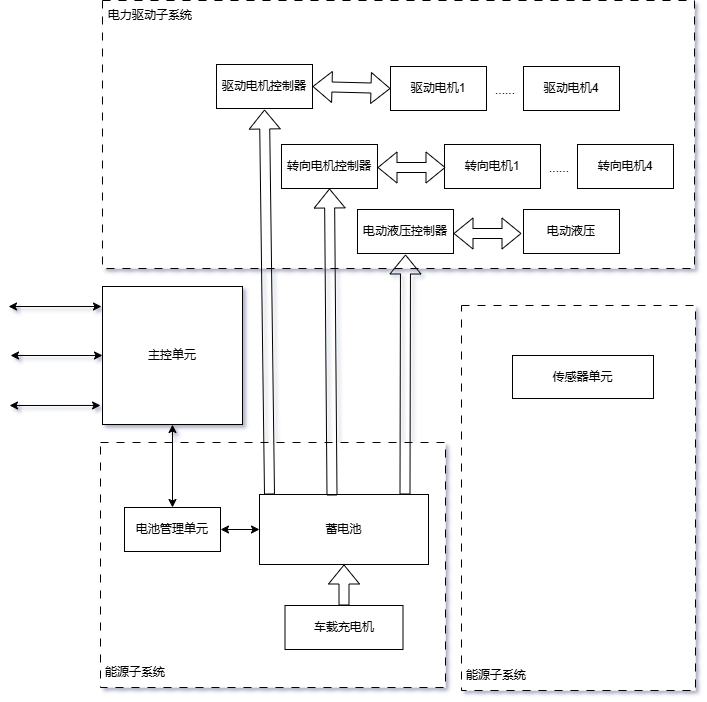
The draw.io diagram Car/整车控制原理.drawio.png in sirius-zyj/Images, before a commit. Source tidied: cells renumbered, new cells last; positions are measured from the earlier drawing's top-left corner, leaving out a move shared by most shapes.
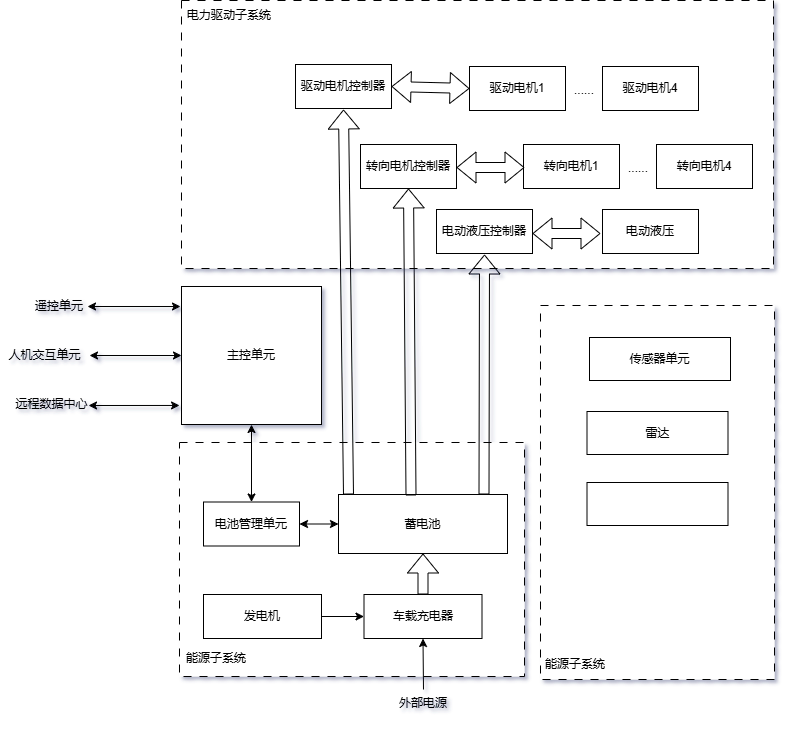
The same diagram one commit later.

Commit message:
更新整车控制原理.drawio.png

Diff of the diagram source:
```diff
@@ -45,16 +45,16 @@
       <mxGeometry x="94" y="286" width="140" height="138" as="geometry" />
     </mxCell>
     <mxCell id="15" style="rounded=0;whiteSpace=wrap;html=1;dashed=1;dashPattern=8 8;" parent="1" vertex="1">
-      <mxGeometry x="92" y="442" width="345" height="245" as="geometry" />
+      <mxGeometry x="92" y="442" width="345" height="234" as="geometry" />
     </mxCell>
     <mxCell id="16" value="电池管理单元" style="rounded=0;whiteSpace=wrap;html=1;" parent="1" vertex="1">
-      <mxGeometry x="116" y="507" width="96" height="44" as="geometry" />
+      <mxGeometry x="116" y="501.5" width="96" height="44" as="geometry" />
     </mxCell>
     <mxCell id="17" value="蓄电池" style="rounded=0;whiteSpace=wrap;html=1;" parent="1" vertex="1">
-      <mxGeometry x="251" y="494" width="169" height="70" as="geometry" />
+      <mxGeometry x="251" y="494" width="169" height="59" as="geometry" />
     </mxCell>
-    <mxCell id="18" value="车载充电机" style="rounded=0;whiteSpace=wrap;html=1;" parent="1" vertex="1">
-      <mxGeometry x="276.5" y="605" width="118" height="44" as="geometry" />
+    <mxCell id="18" value="车载充电器" style="rounded=0;whiteSpace=wrap;html=1;" parent="1" vertex="1">
+      <mxGeometry x="276.5" y="594" width="118" height="44" as="geometry" />
     </mxCell>
     <mxCell id="19" style="endArrow=classic;startArrow=classic;html=1;rounded=0;entryX=-0.007;entryY=0.145;entryDx=0;entryDy=0;entryPerimeter=0;" parent="1" edge="1" target="14">
       <mxGeometry relative="1" as="geometry">
@@ -92,16 +92,16 @@
       </mxGeometry>
     </mxCell>
     <mxCell id="27" style="rounded=0;whiteSpace=wrap;html=1;dashed=1;dashPattern=8 8;" parent="1" vertex="1">
-      <mxGeometry x="453" y="305" width="234" height="385" as="geometry" />
+      <mxGeometry x="453" y="305" width="234" height="374" as="geometry" />
     </mxCell>
     <mxCell id="28" value="能源子系统" style="text;html=1;align=center;verticalAlign=middle;whiteSpace=wrap;rounded=0;" parent="1" vertex="1">
-      <mxGeometry x="92" y="657" width="70" height="30" as="geometry" />
+      <mxGeometry x="94" y="643" width="70" height="30" as="geometry" />
     </mxCell>
     <mxCell id="29" value="能源子系统" style="text;html=1;align=center;verticalAlign=middle;whiteSpace=wrap;rounded=0;" parent="1" vertex="1">
-      <mxGeometry x="453" y="660" width="70" height="30" as="geometry" />
+      <mxGeometry x="453" y="649" width="70" height="30" as="geometry" />
     </mxCell>
     <mxCell id="30" value="传感器单元" style="rounded=0;whiteSpace=wrap;html=1;" parent="1" vertex="1">
-      <mxGeometry x="504" y="355" width="141" height="43" as="geometry" />
+      <mxGeometry x="502" y="337" width="141" height="43" as="geometry" />
     </mxCell>
     <mxCell id="31" value="电动液压控制器" style="rounded=0;whiteSpace=wrap;html=1;" parent="1" vertex="1">
       <mxGeometry x="349" y="209" width="96" height="44" as="geometry" />
@@ -121,5 +121,34 @@
         <mxPoint x="397" y="254" as="targetPoint" />
       </mxGeometry>
     </mxCell>
+    <mxCell id="35" style="edgeStyle=orthogonalEdgeStyle;rounded=0;jettySize=auto;html=1;exitX=1;exitY=0.5;exitDx=0;exitDy=0;entryX=0;entryY=0.5;entryDx=0;entryDy=0;" parent="1" edge="1" source="36" target="18">
+      <mxGeometry relative="1" as="geometry" />
+    </mxCell>
+    <mxCell id="36" value="发电机" style="rounded=0;whiteSpace=wrap;html=1;" parent="1" vertex="1">
+      <mxGeometry x="116" y="594" width="118" height="44" as="geometry" />
+    </mxCell>
+    <mxCell id="37" style="endArrow=classic;html=1;rounded=0;entryX=0.5;entryY=1;entryDx=0;entryDy=0;" parent="1" edge="1" target="18">
+      <mxGeometry relative="1" as="geometry">
+        <mxPoint x="336" y="689" as="sourcePoint" />
+      </mxGeometry>
+    </mxCell>
+    <mxCell id="38" value="外部电源" style="text;html=1;align=center;verticalAlign=middle;whiteSpace=wrap;rounded=0;" parent="1" vertex="1">
+      <mxGeometry x="300.5" y="688" width="70" height="30" as="geometry" />
+    </mxCell>
+    <mxCell id="39" value="遥控单元" style="text;html=1;align=center;verticalAlign=middle;whiteSpace=wrap;rounded=0;" parent="1" vertex="1">
+      <mxGeometry x="-58" y="291" width="60" height="30" as="geometry" />
+    </mxCell>
+    <mxCell id="40" value="人机交互单元" style="text;html=1;align=center;verticalAlign=middle;whiteSpace=wrap;rounded=0;" parent="1" vertex="1">
+      <mxGeometry x="-87" y="340" width="89" height="30" as="geometry" />
+    </mxCell>
+    <mxCell id="41" value="远程数据中心" style="text;html=1;align=center;verticalAlign=middle;whiteSpace=wrap;rounded=0;" parent="1" vertex="1">
+      <mxGeometry x="-73" y="389" width="75" height="30" as="geometry" />
+    </mxCell>
+    <mxCell id="42" value="雷达" style="rounded=0;whiteSpace=wrap;html=1;" parent="1" vertex="1">
+      <mxGeometry x="499.5" y="411" width="141" height="43" as="geometry" />
+    </mxCell>
+    <mxCell id="43" style="rounded=0;whiteSpace=wrap;html=1;" parent="1" vertex="1">
+      <mxGeometry x="499.5" y="482" width="141" height="43" as="geometry" />
+    </mxCell>
   </root>
 </mxGraphModel>
```
